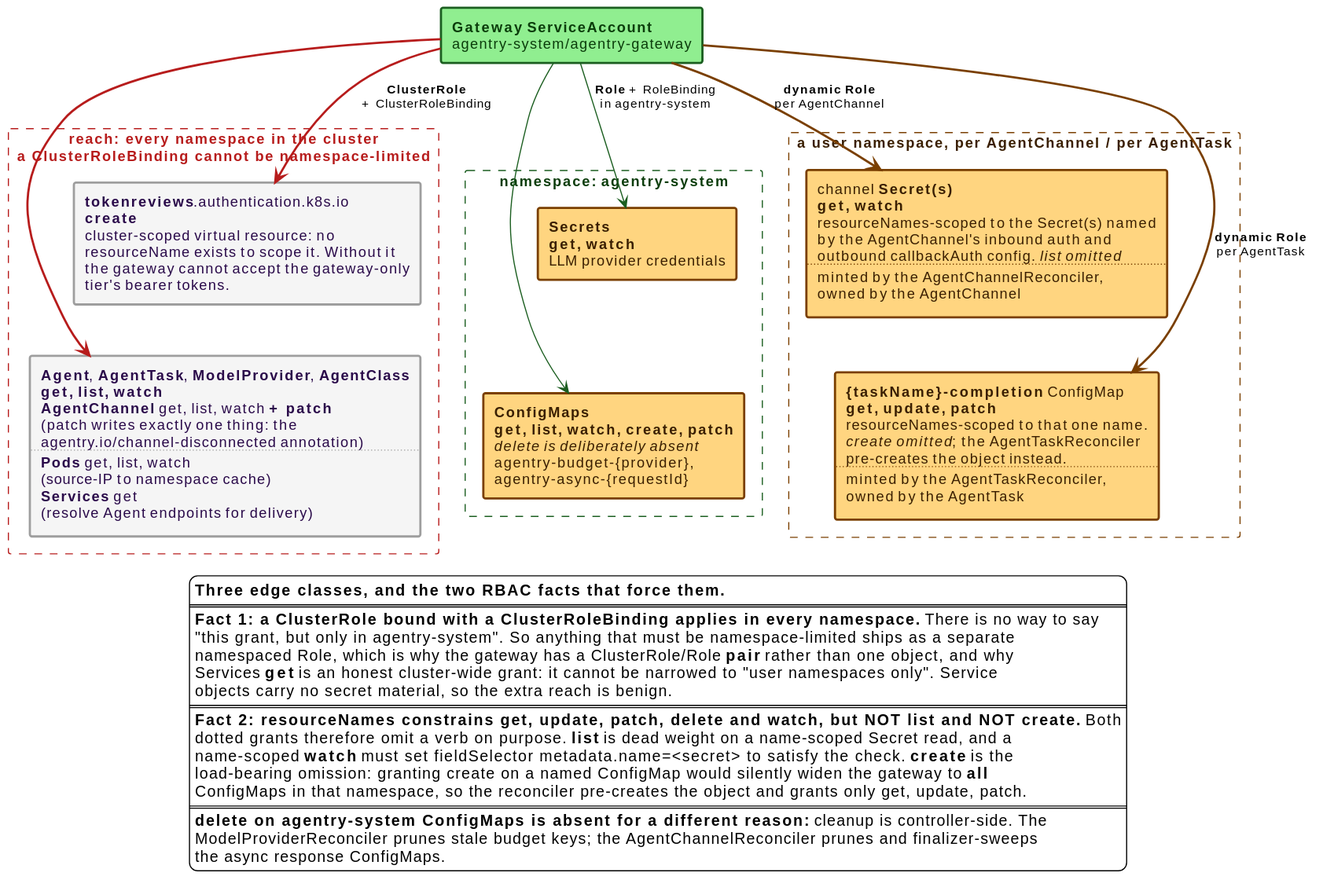
The PlantUML diagram docs/src/diagrams/gateway-rbac-reach.svg in win07xp/kaalm, before a commit.
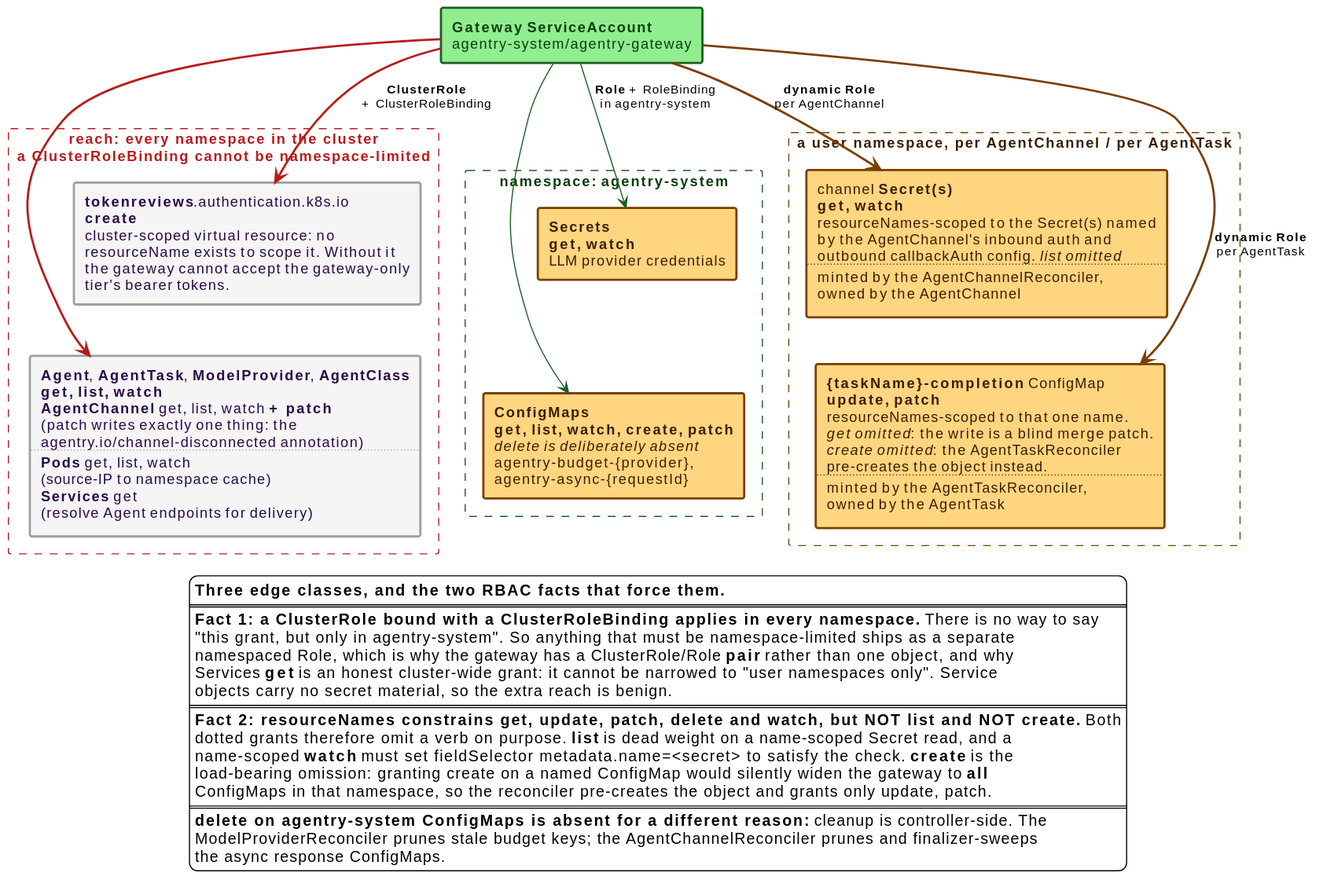
After the commit.

What changed in the source:
```diff
@@ -22,7 +22,7 @@
 
 rectangle "a user namespace, per AgentChannel / per AgentTask" as nsuser #line:7a3f00;line.dashed;text:3a1f00 {
   rectangle "channel **Secret(s)**\n**get, watch**\nresourceNames-scoped to the Secret(s) named\nby the AgentChannel's inbound auth and\noutbound callbackAuth config. //list omitted//\n....\nminted by the AgentChannelReconciler,\nowned by the AgentChannel" as chsec #back:FFD580;line:7a3f00;line.bold;text:3a1f00
-  rectangle "**{taskName}-completion** ConfigMap\n**get, update, patch**\nresourceNames-scoped to that one name.\n//create omitted//; the AgentTaskReconciler\npre-creates the object instead.\n....\nminted by the AgentTaskReconciler,\nowned by the AgentTask" as compcm #back:FFD580;line:7a3f00;line.bold;text:3a1f00
+  rectangle "**{taskName}-completion** ConfigMap\n**update, patch**\nresourceNames-scoped to that one name.\n//get omitted//: the write is a blind merge patch.\n//create omitted//: the AgentTaskReconciler\npre-creates the object instead.\n....\nminted by the AgentTaskReconciler,\nowned by the AgentTask" as compcm #back:FFD580;line:7a3f00;line.bold;text:3a1f00
 }
 
 GWSA -[#B71C1C,bold]-> tr : **ClusterRole**\n+ ClusterRoleBinding
@@ -49,7 +49,7 @@
   dotted grants therefore omit a verb on purpose. **list** is dead weight on a name-scoped Secret read, and a
   name-scoped **watch** must set fieldSelector metadata.name=<secret> to satisfy the check. **create** is the
   load-bearing omission: granting create on a named ConfigMap would silently widen the gateway to **all**
-  ConfigMaps in that namespace, so the reconciler pre-creates the object and grants only get, update, patch.
+  ConfigMaps in that namespace, so the reconciler pre-creates the object and grants only update, patch.
   ====
   **delete on agentry-system ConfigMaps is absent for a different reason:** cleanup is controller-side. The
   ModelProviderReconciler prunes stale budget keys; the AgentChannelReconciler prunes and finalizer-sweeps
```
